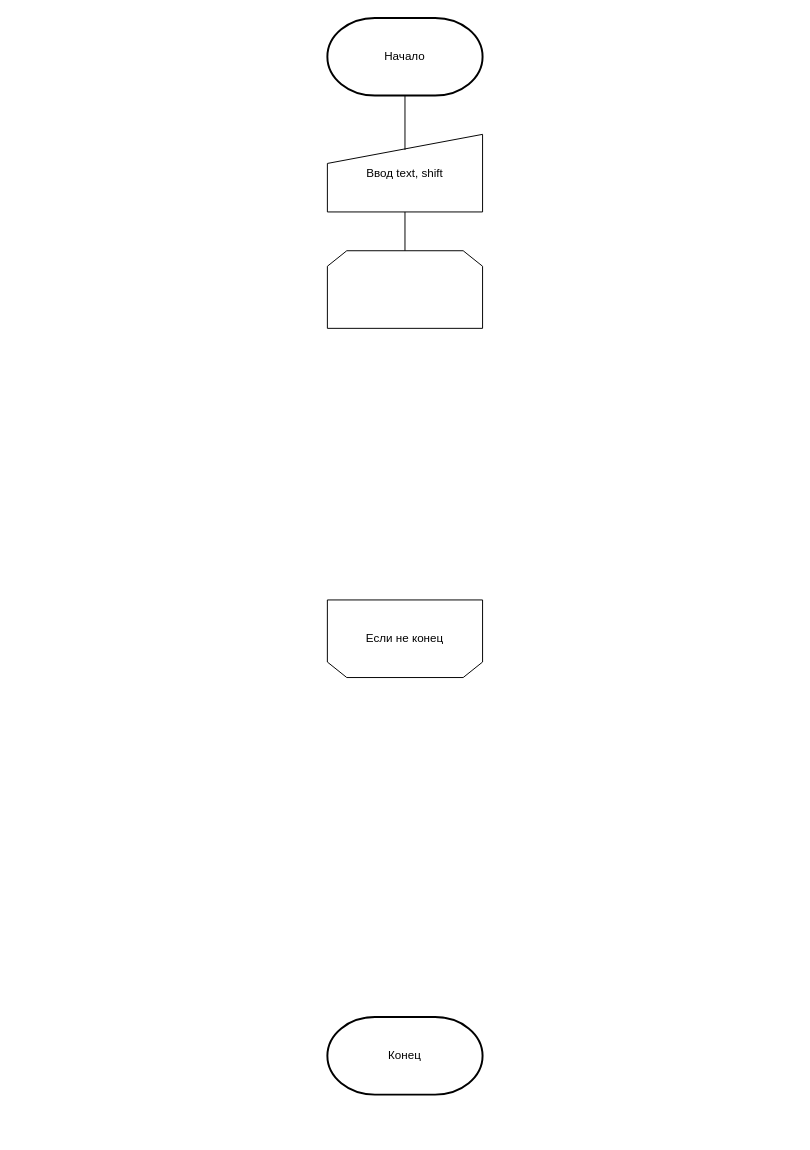
This is Untitled Diagram.drawio from AdepteXiao/education, a draw.io file, before an edit. Source tidied: cells renumbered, new cells numbered last; positions are measured from the earlier drawing's top-left corner, leaving out a move shared by most shapes. Both pictures are drawn from the tidied source at 97%, with x=0, y=0 at pixel (327, 17).
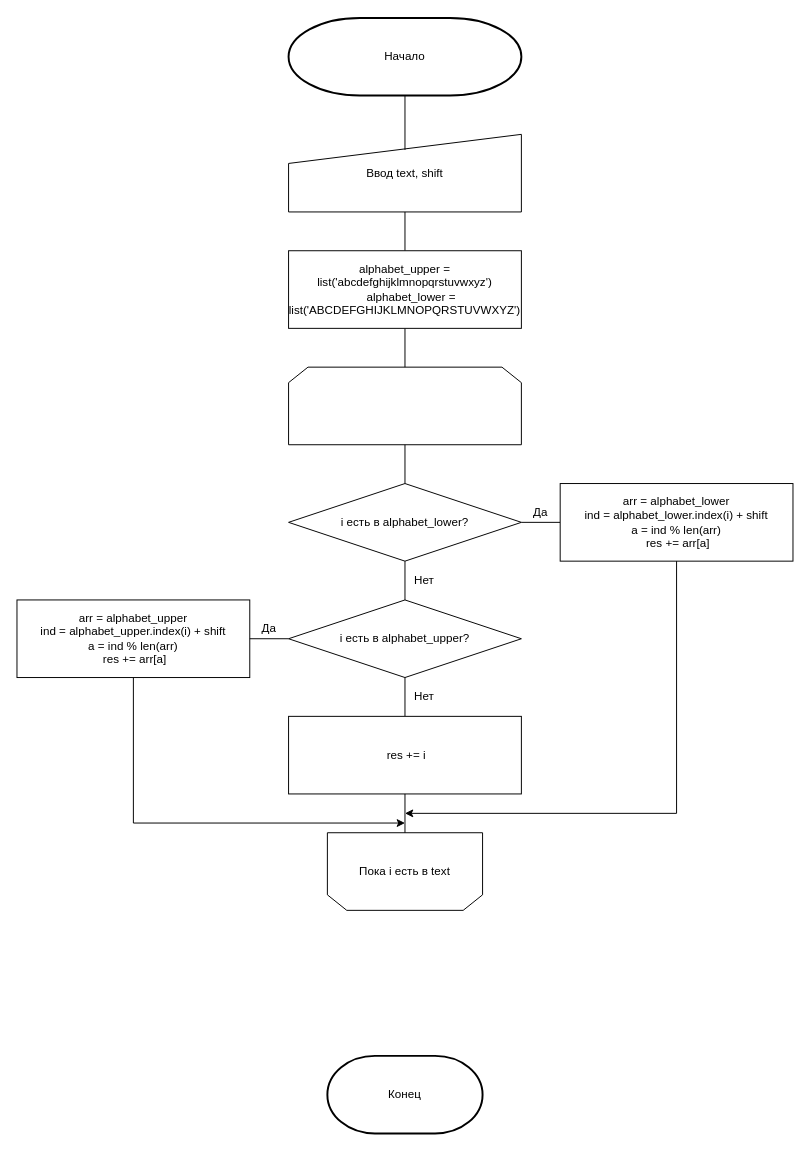
The same page after the edit.

The edit, as a diff of the source:
```diff
@@
     <mxCell id="2" value="Начало" style="strokeWidth=2;html=1;shape=mxgraph.flowchart.terminator;whiteSpace=wrap;" parent="1" vertex="1">
-      <mxGeometry width="160" height="80" as="geometry" />
+      <mxGeometry x="-40" width="240" height="80" as="geometry" />
     </mxCell>
     <mxCell id="3" value="Конец" style="strokeWidth=2;html=1;shape=mxgraph.flowchart.terminator;whiteSpace=wrap;" parent="1" vertex="1">
-      <mxGeometry y="1030" width="160" height="80" as="geometry" />
+      <mxGeometry y="1070" width="160" height="80" as="geometry" />
     </mxCell>
     <mxCell id="4" value="Ввод text, shift" style="shape=manualInput;whiteSpace=wrap;html=1;" parent="1" vertex="1">
-      <mxGeometry y="120" width="160" height="80" as="geometry" />
+      <mxGeometry x="-40" y="120" width="240" height="80" as="geometry" />
     </mxCell>
@@
     <mxCell id="6" style="shape=loopLimit;whiteSpace=wrap;html=1;" parent="1" vertex="1">
-      <mxGeometry y="240" width="160" height="80" as="geometry" />
+      <mxGeometry x="-40" y="360" width="240" height="80" as="geometry" />
     </mxCell>
-    <mxCell id="7" value="Если не конец" style="shape=loopLimit;whiteSpace=wrap;html=1;flipH=0;flipV=1;" parent="1" vertex="1">
-      <mxGeometry y="600" width="160" height="80" as="geometry" />
+    <mxCell id="7" value="Пока i есть в text" style="shape=loopLimit;whiteSpace=wrap;html=1;flipH=0;flipV=1;" parent="1" vertex="1">
+      <mxGeometry y="840" width="160" height="80" as="geometry" />
     </mxCell>
-    <mxCell id="8" style="endArrow=none;html=1;exitX=0.5;exitY=0;exitDx=0;exitDy=0;entryX=0.5;entryY=1;entryDx=0;entryDy=0;" parent="1" edge="1" source="6" target="4">
+    <mxCell id="8" style="endArrow=none;html=1;entryX=0.5;entryY=1;entryDx=0;entryDy=0;exitX=0.5;exitY=0;exitDx=0;exitDy=0;" parent="1" edge="1" source="10" target="4">
       <mxGeometry relative="1" as="geometry" />
     </mxCell>
+    <mxCell id="9" style="endArrow=none;html=1;" parent="1" edge="1">
+      <mxGeometry relative="1" as="geometry">
+        <mxPoint x="80" y="360" as="sourcePoint" />
+        <mxPoint x="80" y="320" as="targetPoint" />
+      </mxGeometry>
+    </mxCell>
+    <mxCell id="10" value="&lt;div&gt;alphabet_upper = list('abcdefghijklmnopqrstuvwxyz')&lt;/div&gt;&lt;div&gt;&amp;nbsp; &amp;nbsp; alphabet_lower = list('ABCDEFGHIJKLMNOPQRSTUVWXYZ')&lt;/div&gt;" style="rounded=0;whiteSpace=wrap;html=1;" parent="1" vertex="1">
+      <mxGeometry x="-40" y="240" width="240" height="80" as="geometry" />
+    </mxCell>
+    <mxCell id="11" value="i есть в alphabet_lower?" style="rhombus;whiteSpace=wrap;html=1;" parent="1" vertex="1">
+      <mxGeometry x="-40" y="480" width="240" height="80" as="geometry" />
+    </mxCell>
+    <mxCell id="12" value="i есть в alphabet_upper?" style="rhombus;whiteSpace=wrap;html=1;" parent="1" vertex="1">
+      <mxGeometry x="-40" y="600" width="240" height="80" as="geometry" />
+    </mxCell>
+    <mxCell id="13" style="endArrow=none;html=1;" parent="1" edge="1">
+      <mxGeometry relative="1" as="geometry">
+        <mxPoint x="80" y="480" as="sourcePoint" />
+        <mxPoint x="80" y="440" as="targetPoint" />
+      </mxGeometry>
+    </mxCell>
+    <mxCell id="14" style="endArrow=none;html=1;exitX=0.5;exitY=1;exitDx=0;exitDy=0;entryX=0.5;entryY=0;entryDx=0;entryDy=0;" parent="1" edge="1" source="11" target="12">
+      <mxGeometry relative="1" as="geometry" />
+    </mxCell>
+    <mxCell id="15" style="endArrow=none;html=1;entryX=1;entryY=0.5;entryDx=0;entryDy=0;exitX=0;exitY=0.5;exitDx=0;exitDy=0;" parent="1" edge="1" source="16" target="11">
+      <mxGeometry relative="1" as="geometry" />
+    </mxCell>
+    <mxCell id="16" value="arr = alphabet_lower&lt;br&gt;ind = alphabet_lower.index(i) + shift&lt;br&gt;a = ind % len(arr)&lt;br&gt;&amp;nbsp;res += arr[a]" style="rounded=0;whiteSpace=wrap;html=1;" parent="1" vertex="1">
+      <mxGeometry x="240" y="480" width="240" height="80" as="geometry" />
+    </mxCell>
+    <mxCell id="17" value="&lt;span&gt;arr = alphabet_upper&lt;/span&gt;&lt;br&gt;&lt;span&gt;ind = alphabet_upper.index(i) + shift&lt;/span&gt;&lt;br&gt;&lt;span&gt;a = ind % len(arr)&lt;/span&gt;&lt;br&gt;&lt;span&gt;&amp;nbsp;res += arr[a]&lt;/span&gt;" style="rounded=0;whiteSpace=wrap;html=1;" parent="1" vertex="1">
+      <mxGeometry x="-320" y="600" width="240" height="80" as="geometry" />
+    </mxCell>
+    <mxCell id="18" style="endArrow=none;html=1;entryX=0.5;entryY=1;entryDx=0;entryDy=0;" parent="1" edge="1" target="16">
+      <mxGeometry relative="1" as="geometry">
+        <mxPoint x="360" y="820" as="sourcePoint" />
+      </mxGeometry>
+    </mxCell>
+    <mxCell id="19" style="endArrow=none;html=1;entryX=0;entryY=0.5;entryDx=0;entryDy=0;exitX=1;exitY=0.5;exitDx=0;exitDy=0;" parent="1" edge="1" source="17" target="12">
+      <mxGeometry relative="1" as="geometry" />
+    </mxCell>
+    <mxCell id="20" style="endArrow=none;html=1;entryX=0.5;entryY=1;entryDx=0;entryDy=0;" parent="1" edge="1" target="12">
+      <mxGeometry relative="1" as="geometry">
+        <mxPoint x="80" y="720" as="sourcePoint" />
+      </mxGeometry>
+    </mxCell>
+    <mxCell id="21" value="&lt;span&gt;&amp;nbsp;res += i&lt;/span&gt;" style="rounded=0;whiteSpace=wrap;html=1;" parent="1" vertex="1">
+      <mxGeometry x="-40" y="720" width="240" height="80" as="geometry" />
+    </mxCell>
+    <mxCell id="22" style="endArrow=none;html=1;exitX=0.5;exitY=1;exitDx=0;exitDy=0;entryX=0.5;entryY=0;entryDx=0;entryDy=0;" parent="1" edge="1" source="21" target="7">
+      <mxGeometry relative="1" as="geometry" />
+    </mxCell>
+    <mxCell id="23" style="endArrow=none;html=1;entryX=0.5;entryY=1;entryDx=0;entryDy=0;" parent="1" edge="1" target="17">
+      <mxGeometry relative="1" as="geometry">
+        <mxPoint x="-200" y="830" as="sourcePoint" />
+      </mxGeometry>
+    </mxCell>
+    <mxCell id="24" style="endArrow=classic;html=1;" parent="1" edge="1">
+      <mxGeometry relative="1" as="geometry">
+        <mxPoint x="-200" y="830" as="sourcePoint" />
+        <mxPoint x="80" y="830" as="targetPoint" />
+      </mxGeometry>
+    </mxCell>
+    <mxCell id="25" style="endArrow=classic;html=1;" parent="1" edge="1">
+      <mxGeometry relative="1" as="geometry">
+        <mxPoint x="360" y="820" as="sourcePoint" />
+        <mxPoint x="80" y="820" as="targetPoint" />
+      </mxGeometry>
+    </mxCell>
+    <mxCell id="26" value="Да" style="text;html=1;strokeColor=none;fillColor=none;align=center;verticalAlign=middle;whiteSpace=wrap;rounded=0;" parent="1" vertex="1">
+      <mxGeometry x="200" y="500" width="40" height="20" as="geometry" />
+    </mxCell>
+    <mxCell id="27" value="Да" style="text;html=1;strokeColor=none;fillColor=none;align=center;verticalAlign=middle;whiteSpace=wrap;rounded=0;" parent="1" vertex="1">
+      <mxGeometry x="-80" y="620" width="40" height="20" as="geometry" />
+    </mxCell>
+    <mxCell id="28" value="Нет" style="text;html=1;strokeColor=none;fillColor=none;align=center;verticalAlign=middle;whiteSpace=wrap;rounded=0;" parent="1" vertex="1">
+      <mxGeometry x="80" y="570" width="40" height="20" as="geometry" />
+    </mxCell>
+    <mxCell id="29" value="Нет" style="text;html=1;strokeColor=none;fillColor=none;align=center;verticalAlign=middle;whiteSpace=wrap;rounded=0;" parent="1" vertex="1">
+      <mxGeometry x="80" y="690" width="40" height="20" as="geometry" />
+    </mxCell>
```
